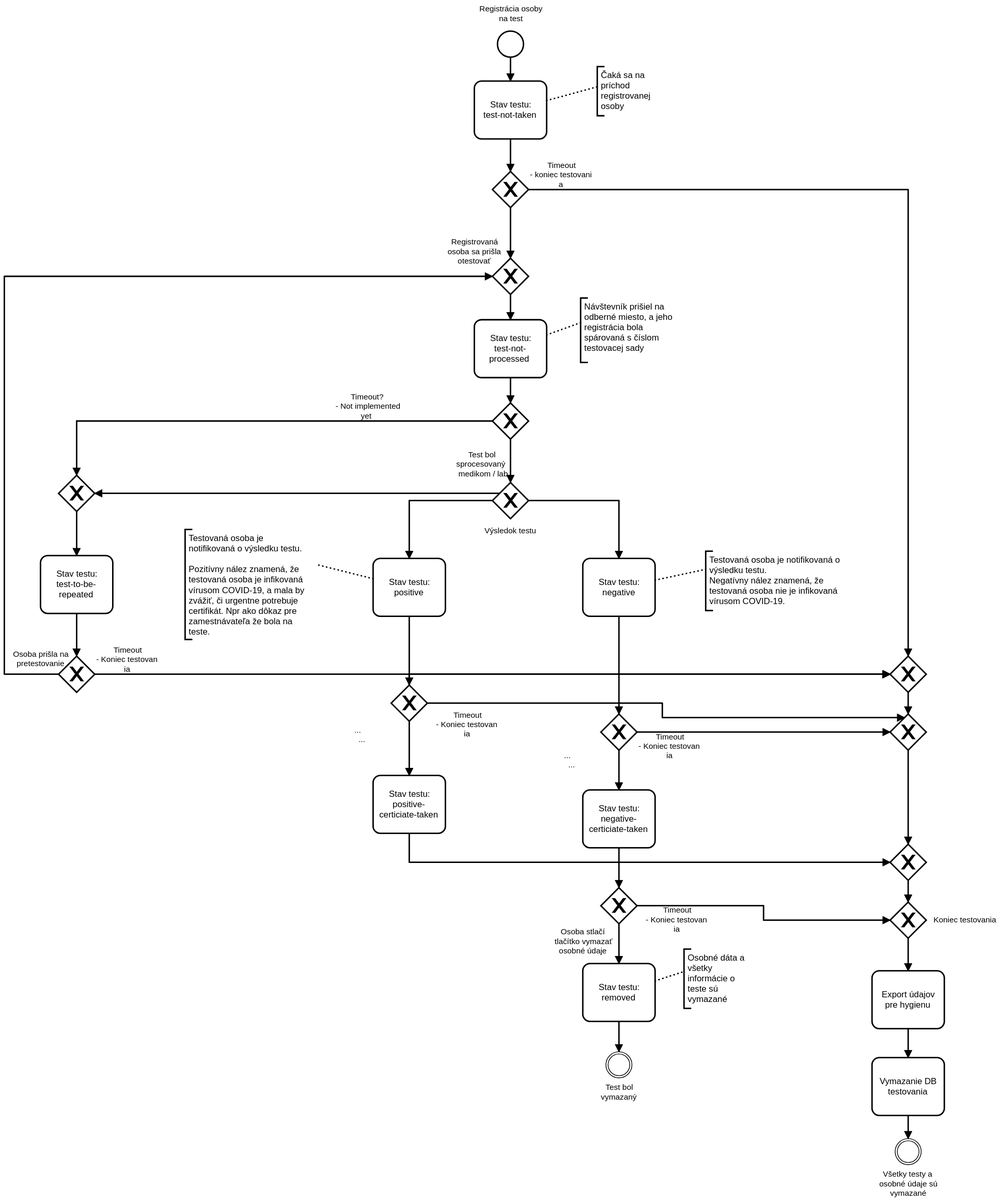
Above: public/images/process/sk/states-of-test.svg in scholtz/covid-sk (BPMN), before the change. Its source is kept beside it as public/images/process/sk/states-of-test.bpmn. Ids are renumbered.
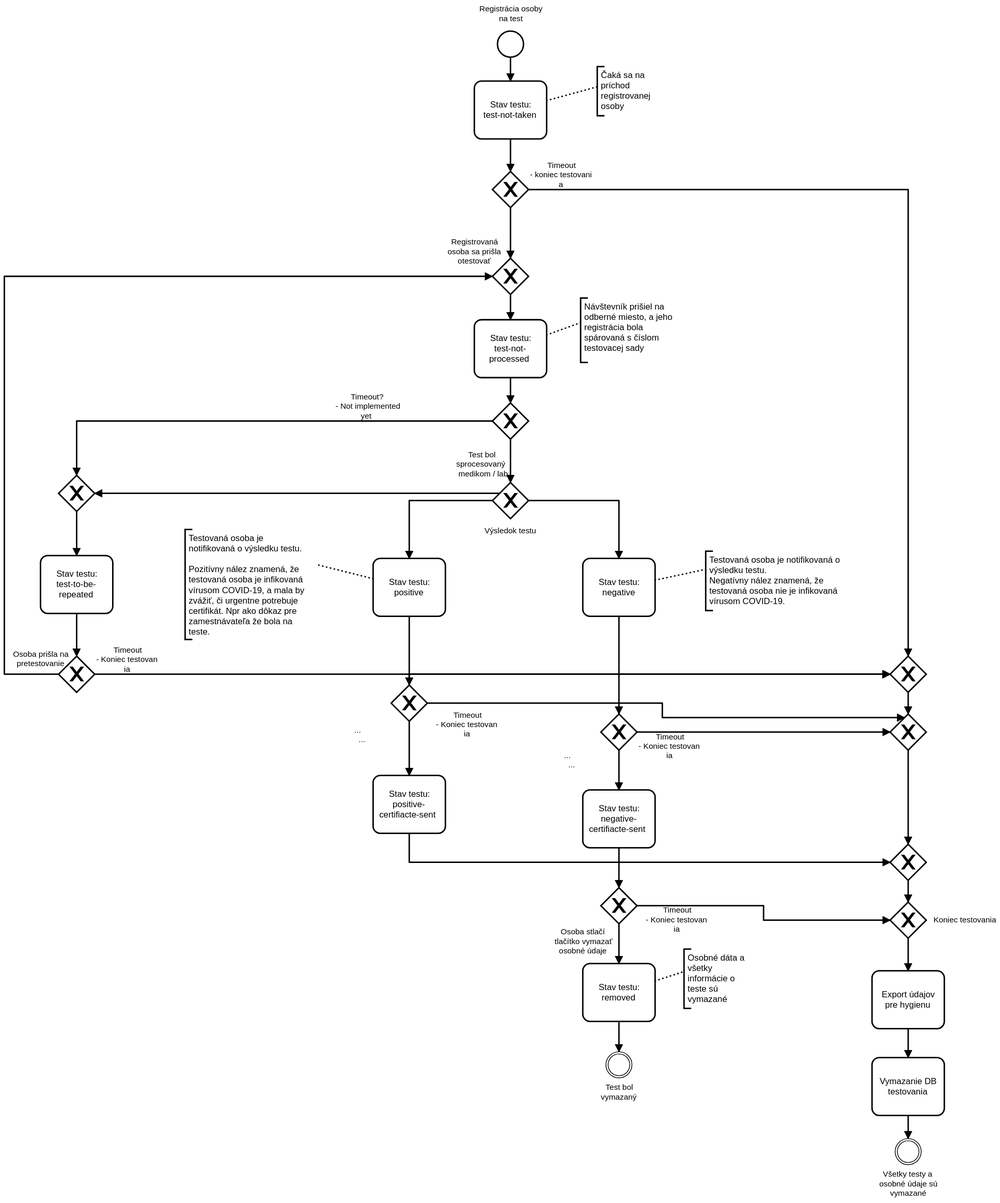
The same file after the commit.

Commit message:
certiciate - certificate

The edit, as a diff of the source:
```diff
@@ -89,7 +89,7 @@
     <bpmn:sequenceFlow id="Flow_n11" sourceRef="Gateway_n13" targetRef="Activity_n10" />
     <bpmn:sequenceFlow id="Flow_n40" name="Osoba prišla na pretestovanie" sourceRef="Gateway_n39" targetRef="Gateway_n13" />
     <bpmn:sequenceFlow id="Flow_n33" name="Timeout - Koniec testovania" sourceRef="Gateway_n39" targetRef="Gateway_n14" />
-    <bpmn:task id="Activity_n41" name="Stav testu:&#10;positive-certiciate-taken">
+    <bpmn:task id="Activity_n41" name="Stav testu:&#10;positive-certifiacte-sent">
       <bpmn:incoming>Flow_n28</bpmn:incoming>
       <bpmn:outgoing>Flow_n42</bpmn:outgoing>
     </bpmn:task>
@@ -111,7 +111,7 @@
       <bpmn:outgoing>Flow_n49</bpmn:outgoing>
     </bpmn:exclusiveGateway>
     <bpmn:sequenceFlow id="Flow_n25" sourceRef="Activity_n24" targetRef="Gateway_n47" />
-    <bpmn:task id="Activity_n50" name="Stav testu:&#10;negative-certiciate-taken">
+    <bpmn:task id="Activity_n50" name="Stav testu:&#10;negative-certifiacte-sent">
       <bpmn:incoming>Flow_n48</bpmn:incoming>
       <bpmn:outgoing>Flow_n51</bpmn:outgoing>
     </bpmn:task>
```
